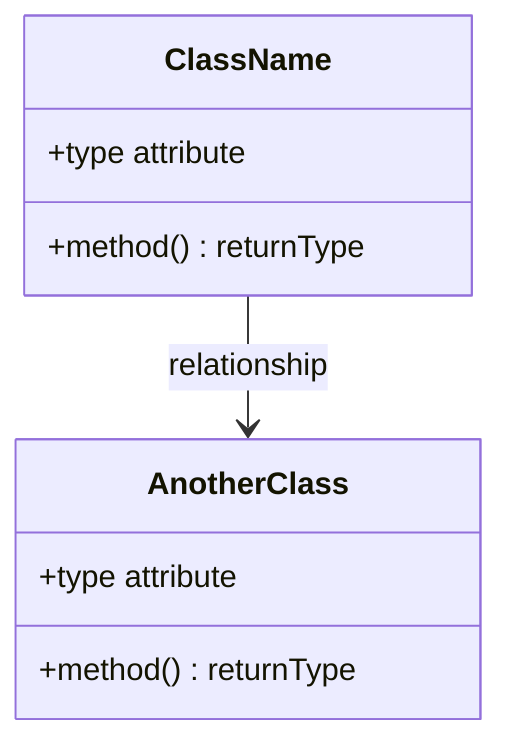
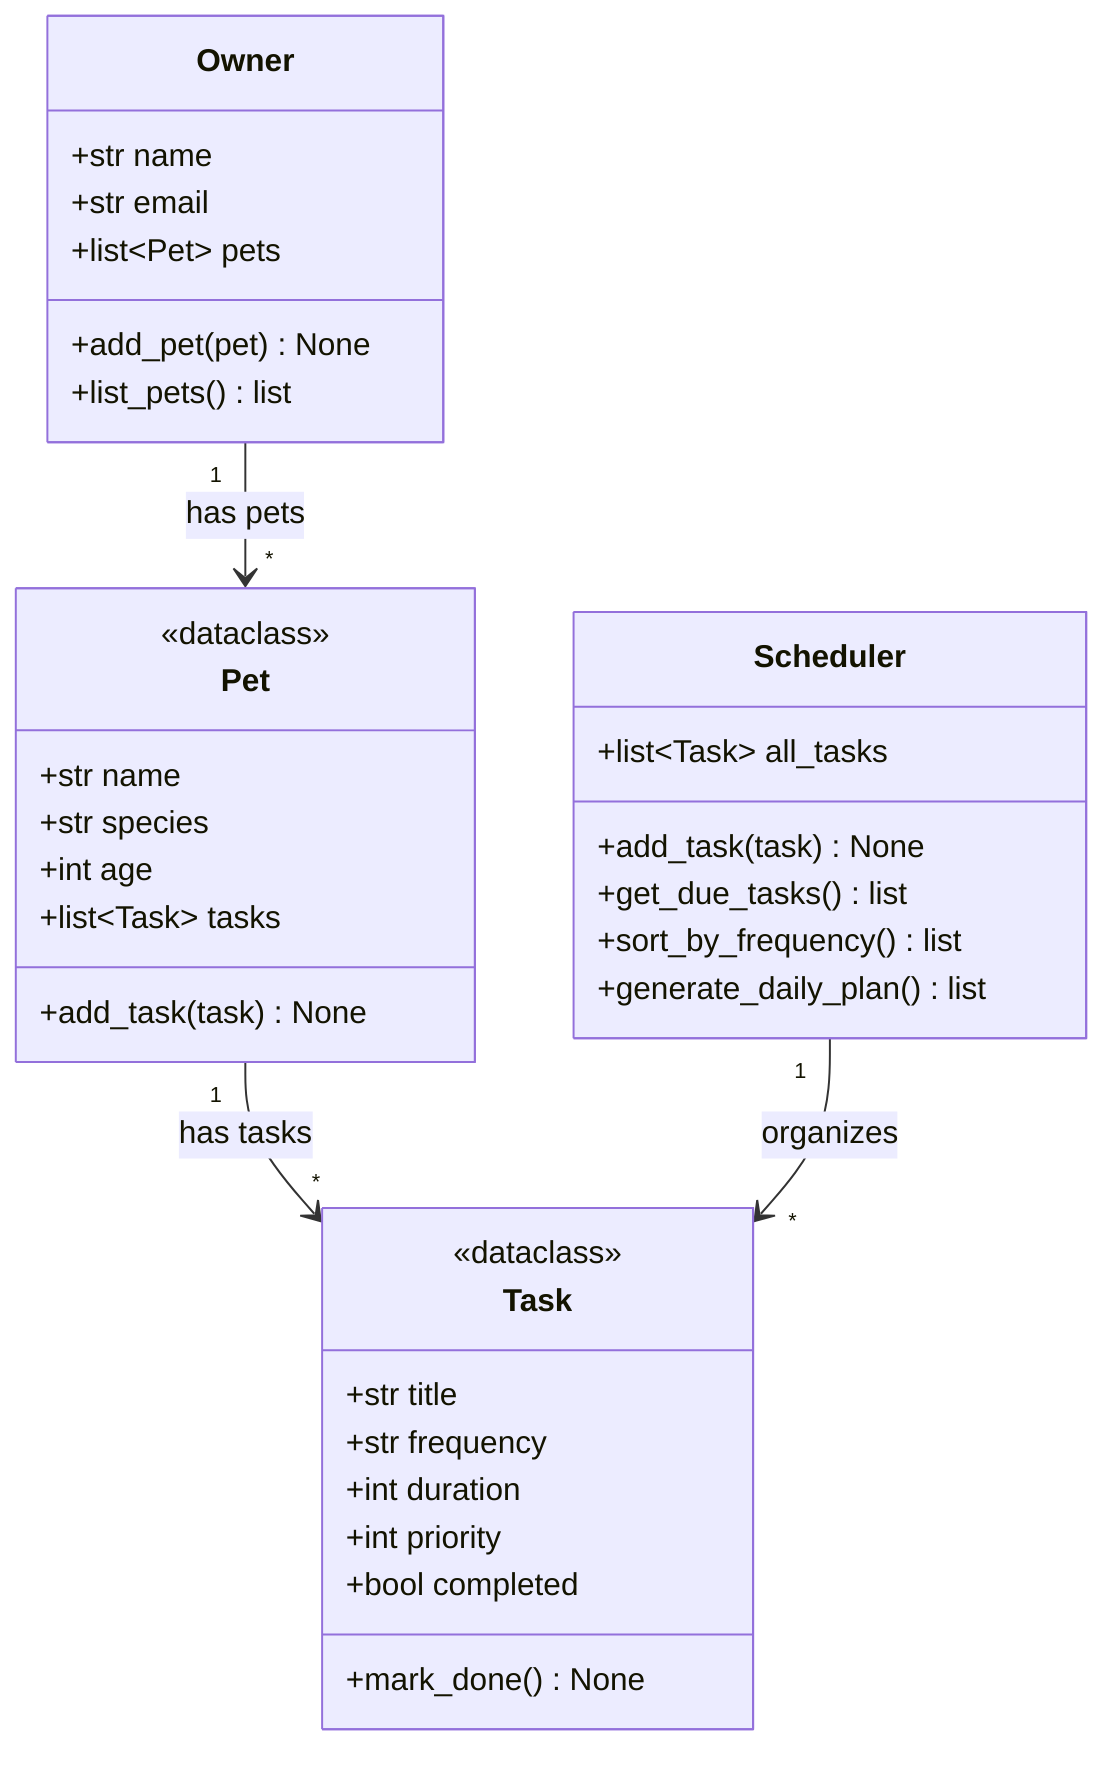
classDiagram
-     %% Replace the placeholders below with your actual classes, attributes, methods, and relationships.
-     %% Keep this file updated so it matches your final implementation.
- 
-     class ClassName {
-         +type attribute
-         +method() returnType
+     class Owner {
+         +str name
+         +str email
+         +list~Pet~ pets
+         +add_pet(pet) None
+         +list_pets() list
    }

-     class AnotherClass {
-         +type attribute
-         +method() returnType
+     class Pet {
+         <<dataclass>>
+         +str name
+         +str species
+         +int age
+         +list~Task~ tasks
+         +add_task(task) None
    }

-     ClassName --> AnotherClass : relationship
+     class Task {
+         <<dataclass>>
+         +str title
+         +str frequency
+         +int duration
+         +int priority
+         +bool completed
+         +mark_done() None
+     }
+ 
+     class Scheduler {
+         +list~Task~ all_tasks
+         +add_task(task) None
+         +get_due_tasks() list
+         +sort_by_frequency() list
+         +generate_daily_plan() list
+     }
+ 
+     Owner "1" --> "*" Pet : has pets
+     Pet "1" --> "*" Task : has tasks
+     Scheduler "1" --> "*" Task : organizes
